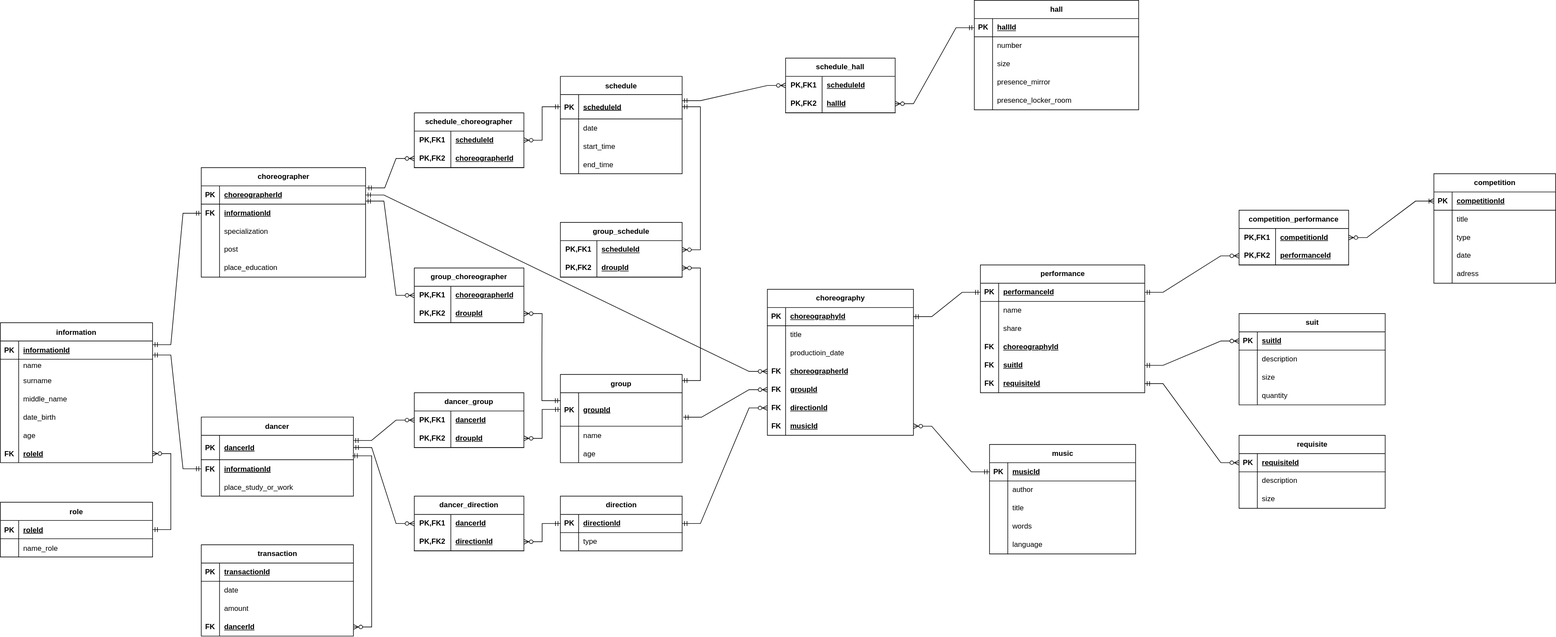
Before: table_entities.svg, a diagram exported from draw.io (IniNikko/database-dance_school). Source tidied: cells renumbered, new cells last; positions are measured from the earlier drawing's top-left corner, leaving out a move shared by most shapes.
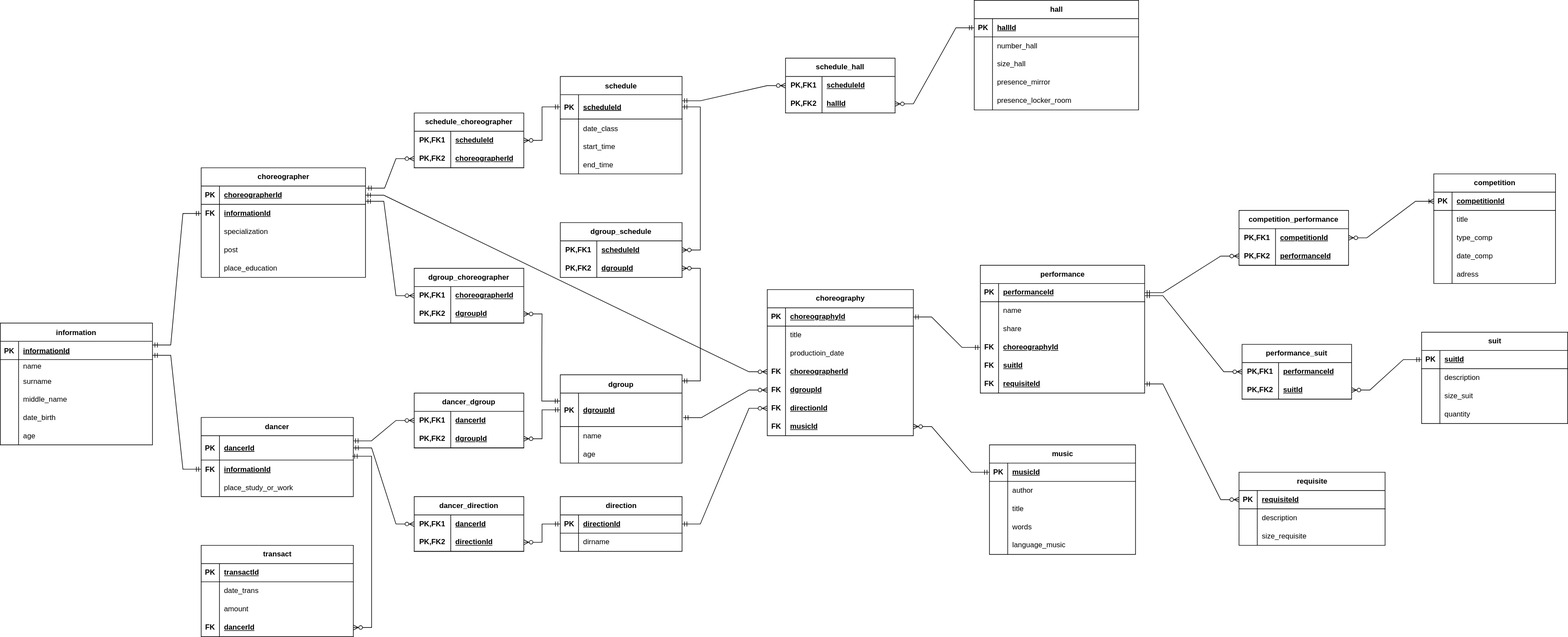
Later version of the same file.

Diff of the diagram source:
```diff
@@ -4,3 +4,3 @@
     <mxCell id="1" parent="0" />
-    <mxCell id="2" value="group" style="shape=table;startSize=30;rowLines=0;fontStyle=1;align=center;" parent="1" vertex="1">
+    <mxCell id="2" value="dgroup" style="shape=table;startSize=30;rowLines=0;fontStyle=1;align=center;" parent="1" vertex="1">
       <mxGeometry x="920" y="615" width="200" height="145" as="geometry" />
@@ -13,3 +13,3 @@
     </mxCell>
-    <mxCell id="5" value="groupId" style="shape=partialRectangle;overflow=hidden;fillColor=none;top=0;left=0;bottom=0;right=0;align=left;spacingLeft=6;fontStyle=5;" parent="3" vertex="1">
+    <mxCell id="5" value="dgroupId" style="shape=partialRectangle;overflow=hidden;fillColor=none;top=0;left=0;bottom=0;right=0;align=left;spacingLeft=6;fontStyle=5;" parent="3" vertex="1">
       <mxGeometry x="30" width="170" height="55" as="geometry" />
@@ -52,3 +52,3 @@
     </mxCell>
-    <mxCell id="18" value="date" style="shape=partialRectangle;overflow=hidden;fillColor=none;top=0;left=0;bottom=0;right=0;align=left;spacingLeft=6;" parent="16" vertex="1">
+    <mxCell id="18" value="date_class" style="shape=partialRectangle;overflow=hidden;fillColor=none;top=0;left=0;bottom=0;right=0;align=left;spacingLeft=6;" parent="16" vertex="1">
       <mxGeometry x="30" width="170" height="30" as="geometry" />
@@ -74,3 +74,3 @@
     <mxCell id="25" value="information" style="shape=table;startSize=30;rowLines=0;fontStyle=1;align=center;" parent="1" vertex="1">
-      <mxGeometry y="530" width="250" height="230" as="geometry" />
+      <mxGeometry y="530" width="250" height="200" as="geometry" />
     </mxCell>
@@ -130,11 +130,2 @@
     </mxCell>
-    <mxCell id="44" style="shape=partialRectangle;fillColor=none;points=[[0,0.5],[1,0.5]];portConstraint=eastwest;top=0;left=0;right=0;bottom=0;" parent="25" vertex="1">
-      <mxGeometry y="200" width="250" height="30" as="geometry" />
-    </mxCell>
-    <mxCell id="45" value="FK" style="shape=partialRectangle;overflow=hidden;fillColor=none;top=0;left=0;bottom=0;right=0;fontStyle=1;" parent="44" vertex="1">
-      <mxGeometry width="30" height="30" as="geometry" />
-    </mxCell>
-    <mxCell id="46" value="roleId" style="shape=partialRectangle;overflow=hidden;fillColor=none;top=0;left=0;bottom=0;right=0;align=left;spacingLeft=6;fontStyle=5;" parent="44" vertex="1">
-      <mxGeometry x="30" width="220" height="30" as="geometry" />
-    </mxCell>
     <mxCell id="47" value="direction" style="shape=table;startSize=30;rowLines=0;fontStyle=1;align=center;html=1;" parent="1" vertex="1">
@@ -157,3 +148,3 @@
     </mxCell>
-    <mxCell id="53" value="type" style="shape=partialRectangle;fillColor=none;top=0;left=0;bottom=0;right=0;align=left;spacingLeft=6;overflow=hidden;whiteSpace=wrap;html=1;" parent="51" vertex="1">
+    <mxCell id="53" value="dirname" style="shape=partialRectangle;fillColor=none;top=0;left=0;bottom=0;right=0;align=left;spacingLeft=6;overflow=hidden;whiteSpace=wrap;html=1;" parent="51" vertex="1">
       <mxGeometry x="30" width="170" height="30" as="geometry" />
@@ -178,3 +169,3 @@
     </mxCell>
-    <mxCell id="60" value="number" style="shape=partialRectangle;fillColor=none;top=0;left=0;bottom=0;right=0;align=left;spacingLeft=6;overflow=hidden;whiteSpace=wrap;html=1;" parent="58" vertex="1">
+    <mxCell id="60" value="number_hall" style="shape=partialRectangle;fillColor=none;top=0;left=0;bottom=0;right=0;align=left;spacingLeft=6;overflow=hidden;whiteSpace=wrap;html=1;" parent="58" vertex="1">
       <mxGeometry x="30" width="240" height="30" as="geometry" />
@@ -187,3 +178,3 @@
     </mxCell>
-    <mxCell id="63" value="size" style="shape=partialRectangle;fillColor=none;top=0;left=0;bottom=0;right=0;align=left;spacingLeft=6;overflow=hidden;whiteSpace=wrap;html=1;" parent="61" vertex="1">
+    <mxCell id="63" value="size_hall" style="shape=partialRectangle;fillColor=none;top=0;left=0;bottom=0;right=0;align=left;spacingLeft=6;overflow=hidden;whiteSpace=wrap;html=1;" parent="61" vertex="1">
       <mxGeometry x="30" width="240" height="30" as="geometry" />
@@ -283,3 +274,3 @@
     </mxCell>
-    <mxCell id="95" value="type" style="shape=partialRectangle;fillColor=none;top=0;left=0;bottom=0;right=0;align=left;spacingLeft=6;overflow=hidden;whiteSpace=wrap;html=1;" parent="93" vertex="1">
+    <mxCell id="95" value="type_comp" style="shape=partialRectangle;fillColor=none;top=0;left=0;bottom=0;right=0;align=left;spacingLeft=6;overflow=hidden;whiteSpace=wrap;html=1;" parent="93" vertex="1">
       <mxGeometry x="30" width="170" height="30" as="geometry" />
@@ -292,3 +283,3 @@
     </mxCell>
-    <mxCell id="98" value="date" style="shape=partialRectangle;fillColor=none;top=0;left=0;bottom=0;right=0;align=left;spacingLeft=6;overflow=hidden;whiteSpace=wrap;html=1;" parent="96" vertex="1">
+    <mxCell id="98" value="date_comp" style="shape=partialRectangle;fillColor=none;top=0;left=0;bottom=0;right=0;align=left;spacingLeft=6;overflow=hidden;whiteSpace=wrap;html=1;" parent="96" vertex="1">
       <mxGeometry x="30" width="170" height="30" as="geometry" />
@@ -406,3 +397,3 @@
     </mxCell>
-    <mxCell id="136" value="&lt;u&gt;&lt;b&gt;groupId&lt;/b&gt;&lt;/u&gt;" style="shape=partialRectangle;fillColor=none;top=0;left=0;bottom=0;right=0;align=left;spacingLeft=6;overflow=hidden;whiteSpace=wrap;html=1;" parent="134" vertex="1">
+    <mxCell id="136" value="&lt;u&gt;&lt;b&gt;dgroupId&lt;/b&gt;&lt;/u&gt;" style="shape=partialRectangle;fillColor=none;top=0;left=0;bottom=0;right=0;align=left;spacingLeft=6;overflow=hidden;whiteSpace=wrap;html=1;" parent="134" vertex="1">
       <mxGeometry x="30" width="210" height="30" as="geometry" />
@@ -472,3 +463,3 @@
     </mxCell>
-    <mxCell id="158" value="language" style="shape=partialRectangle;fillColor=none;top=0;left=0;bottom=0;right=0;align=left;spacingLeft=6;overflow=hidden;whiteSpace=wrap;html=1;" parent="156" vertex="1">
+    <mxCell id="158" value="language_music" style="shape=partialRectangle;fillColor=none;top=0;left=0;bottom=0;right=0;align=left;spacingLeft=6;overflow=hidden;whiteSpace=wrap;html=1;" parent="156" vertex="1">
       <mxGeometry x="30" width="210" height="30" as="geometry" />
@@ -476,3 +467,3 @@
     <mxCell id="159" value="suit" style="shape=table;startSize=30;rowLines=0;fontStyle=1;align=center;html=1;" parent="1" vertex="1">
-      <mxGeometry x="2035" y="515" width="240" height="150" as="geometry" />
+      <mxGeometry x="2335" y="545" width="240" height="150" as="geometry" />
     </mxCell>
@@ -502,3 +493,3 @@
     </mxCell>
-    <mxCell id="168" value="size" style="shape=partialRectangle;fillColor=none;top=0;left=0;bottom=0;right=0;align=left;spacingLeft=6;overflow=hidden;whiteSpace=wrap;html=1;" parent="166" vertex="1">
+    <mxCell id="168" value="size_suit" style="shape=partialRectangle;fillColor=none;top=0;left=0;bottom=0;right=0;align=left;spacingLeft=6;overflow=hidden;whiteSpace=wrap;html=1;" parent="166" vertex="1">
       <mxGeometry x="30" width="210" height="30" as="geometry" />
@@ -515,3 +506,3 @@
     <mxCell id="172" value="requisite" style="shape=table;startSize=30;rowLines=0;fontStyle=1;align=center;html=1;" parent="1" vertex="1">
-      <mxGeometry x="2035" y="715" width="240" height="120" as="geometry" />
+      <mxGeometry x="2035" y="775" width="240" height="120" as="geometry" />
     </mxCell>
@@ -541,6 +532,6 @@
     </mxCell>
-    <mxCell id="181" value="size" style="shape=partialRectangle;fillColor=none;top=0;left=0;bottom=0;right=0;align=left;spacingLeft=6;overflow=hidden;whiteSpace=wrap;html=1;" parent="179" vertex="1">
+    <mxCell id="181" value="size_requisite" style="shape=partialRectangle;fillColor=none;top=0;left=0;bottom=0;right=0;align=left;spacingLeft=6;overflow=hidden;whiteSpace=wrap;html=1;" parent="179" vertex="1">
       <mxGeometry x="30" width="210" height="30" as="geometry" />
     </mxCell>
-    <mxCell id="182" value="transaction" style="shape=table;startSize=30;rowLines=0;fontStyle=1;align=center;html=1;" parent="1" vertex="1">
+    <mxCell id="182" value="transact" style="shape=table;startSize=30;rowLines=0;fontStyle=1;align=center;html=1;" parent="1" vertex="1">
       <mxGeometry x="330" y="895" width="250" height="150" as="geometry" />
@@ -553,3 +544,3 @@
     </mxCell>
-    <mxCell id="185" value="transactionId" style="shape=partialRectangle;fillColor=none;top=0;left=0;bottom=0;right=0;align=left;spacingLeft=6;fontStyle=5;overflow=hidden;whiteSpace=wrap;html=1;" parent="183" vertex="1">
+    <mxCell id="185" value="transactId" style="shape=partialRectangle;fillColor=none;top=0;left=0;bottom=0;right=0;align=left;spacingLeft=6;fontStyle=5;overflow=hidden;whiteSpace=wrap;html=1;" parent="183" vertex="1">
       <mxGeometry x="30" width="220" height="30" as="geometry" />
@@ -562,3 +553,3 @@
     </mxCell>
-    <mxCell id="188" value="date" style="shape=partialRectangle;fillColor=none;top=0;left=0;bottom=0;right=0;align=left;spacingLeft=6;overflow=hidden;whiteSpace=wrap;html=1;" parent="186" vertex="1">
+    <mxCell id="188" value="date_trans" style="shape=partialRectangle;fillColor=none;top=0;left=0;bottom=0;right=0;align=left;spacingLeft=6;overflow=hidden;whiteSpace=wrap;html=1;" parent="186" vertex="1">
       <mxGeometry x="30" width="220" height="30" as="geometry" />
@@ -604,5 +595,2 @@
     </mxCell>
-    <mxCell id="199" style="edgeStyle=entityRelationEdgeStyle;fontSize=12;html=1;endArrow=ERzeroToMany;startArrow=ERmandOne;rounded=0;entryX=0;entryY=0.5;entryDx=0;entryDy=0;exitX=1;exitY=0.5;exitDx=0;exitDy=0;" parent="1" edge="1" source="115" target="160">
-      <mxGeometry relative="1" as="geometry" />
-    </mxCell>
     <mxCell id="200" style="edgeStyle=entityRelationEdgeStyle;fontSize=12;html=1;endArrow=ERzeroToMany;startArrow=ERmandOne;rounded=0;entryX=0;entryY=0.5;entryDx=0;entryDy=0;exitX=1;exitY=0.5;exitDx=0;exitDy=0;" parent="1" edge="1" source="118" target="173">
@@ -613,3 +601,3 @@
     </mxCell>
-    <mxCell id="202" value="dancer_group" style="shape=table;startSize=30;rowLines=0;fontStyle=1;align=center;html=1;whiteSpace=wrap;" parent="1" vertex="1">
+    <mxCell id="202" value="dancer_dgroup" style="shape=table;startSize=30;rowLines=0;fontStyle=1;align=center;html=1;whiteSpace=wrap;" parent="1" vertex="1">
       <mxGeometry x="680" y="645" width="180" height="90" as="geometry" />
@@ -631,3 +619,3 @@
     </mxCell>
-    <mxCell id="208" value="droupId" style="shape=partialRectangle;fillColor=none;top=0;left=0;bottom=0;right=0;align=left;spacingLeft=6;fontStyle=5;overflow=hidden;html=1;whiteSpace=wrap;" parent="206" vertex="1">
+    <mxCell id="208" value="dgroupId" style="shape=partialRectangle;fillColor=none;top=0;left=0;bottom=0;right=0;align=left;spacingLeft=6;fontStyle=5;overflow=hidden;html=1;whiteSpace=wrap;" parent="206" vertex="1">
       <mxGeometry x="60" width="120" height="30" as="geometry" />
@@ -694,6 +682,6 @@
     </mxCell>
-    <mxCell id="229" style="edgeStyle=entityRelationEdgeStyle;fontSize=12;html=1;endArrow=ERmandOne;startArrow=ERmandOne;rounded=0;" parent="1" edge="1" source="103" target="122">
+    <mxCell id="229" style="edgeStyle=entityRelationEdgeStyle;fontSize=12;html=1;endArrow=ERmandOne;startArrow=ERmandOne;rounded=0;exitX=0;exitY=0.5;exitDx=0;exitDy=0;" parent="1" edge="1" source="112" target="122">
       <mxGeometry relative="1" as="geometry" />
     </mxCell>
-    <mxCell id="230" value="group_schedule" style="shape=table;startSize=30;rowLines=0;fontStyle=1;align=center;html=1;whiteSpace=wrap;" parent="1" vertex="1">
+    <mxCell id="230" value="dgroup_schedule" style="shape=table;startSize=30;rowLines=0;fontStyle=1;align=center;html=1;whiteSpace=wrap;" parent="1" vertex="1">
       <mxGeometry x="920" y="365" width="200" height="90" as="geometry" />
@@ -715,6 +703,6 @@
     </mxCell>
-    <mxCell id="236" value="droupId" style="shape=partialRectangle;fillColor=none;top=0;left=0;bottom=0;right=0;align=left;spacingLeft=6;fontStyle=5;overflow=hidden;html=1;whiteSpace=wrap;" parent="234" vertex="1">
+    <mxCell id="236" value="dgroupId" style="shape=partialRectangle;fillColor=none;top=0;left=0;bottom=0;right=0;align=left;spacingLeft=6;fontStyle=5;overflow=hidden;html=1;whiteSpace=wrap;" parent="234" vertex="1">
       <mxGeometry x="60" width="140" height="30" as="geometry" />
     </mxCell>
-    <mxCell id="237" value="group_choreographer" style="shape=table;startSize=30;rowLines=0;fontStyle=1;align=center;html=1;whiteSpace=wrap;" parent="1" vertex="1">
+    <mxCell id="237" value="dgroup_choreographer" style="shape=table;startSize=30;rowLines=0;fontStyle=1;align=center;html=1;whiteSpace=wrap;" parent="1" vertex="1">
       <mxGeometry x="680" y="440" width="180" height="90" as="geometry" />
@@ -736,3 +724,3 @@
     </mxCell>
-    <mxCell id="243" value="droupId" style="shape=partialRectangle;fillColor=none;top=0;left=0;bottom=0;right=0;align=left;spacingLeft=6;fontStyle=5;overflow=hidden;html=1;whiteSpace=wrap;" parent="241" vertex="1">
+    <mxCell id="243" value="dgroupId" style="shape=partialRectangle;fillColor=none;top=0;left=0;bottom=0;right=0;align=left;spacingLeft=6;fontStyle=5;overflow=hidden;html=1;whiteSpace=wrap;" parent="241" vertex="1">
       <mxGeometry x="60" width="120" height="30" as="geometry" />
@@ -811,26 +799,2 @@
     </mxCell>
-    <mxCell id="266" value="role" style="shape=table;startSize=30;rowLines=0;fontStyle=1;align=center;" parent="1" vertex="1">
-      <mxGeometry y="825" width="250" height="90" as="geometry" />
-    </mxCell>
-    <mxCell id="267" style="shape=partialRectangle;fillColor=none;points=[[0,0.5],[1,0.5]];portConstraint=eastwest;top=0;left=0;right=0;bottom=1;" parent="266" vertex="1">
-      <mxGeometry y="30" width="250" height="30" as="geometry" />
-    </mxCell>
-    <mxCell id="268" value="PK" style="shape=partialRectangle;overflow=hidden;fillColor=none;top=0;left=0;bottom=0;right=0;fontStyle=1;" parent="267" vertex="1">
-      <mxGeometry width="30" height="30" as="geometry" />
-    </mxCell>
-    <mxCell id="269" value="roleId" style="shape=partialRectangle;overflow=hidden;fillColor=none;top=0;left=0;bottom=0;right=0;align=left;spacingLeft=6;fontStyle=5;" parent="267" vertex="1">
-      <mxGeometry x="30" width="220" height="30" as="geometry" />
-    </mxCell>
-    <mxCell id="270" style="shape=partialRectangle;fillColor=none;top=0;left=0;right=0;bottom=0;" parent="266" vertex="1">
-      <mxGeometry y="60" width="250" height="30" as="geometry" />
-    </mxCell>
-    <mxCell id="271" style="shape=partialRectangle;overflow=hidden;fillColor=none;top=0;left=0;bottom=0;right=0;" parent="270" vertex="1">
-      <mxGeometry width="30" height="30" as="geometry" />
-    </mxCell>
-    <mxCell id="272" value="name_role" style="shape=partialRectangle;overflow=hidden;fillColor=none;top=0;left=0;bottom=0;right=0;align=left;spacingLeft=6;" parent="270" vertex="1">
-      <mxGeometry x="30" width="220" height="30" as="geometry" />
-    </mxCell>
-    <mxCell id="273" style="edgeStyle=entityRelationEdgeStyle;fontSize=12;html=1;endArrow=ERzeroToMany;startArrow=ERmandOne;rounded=0;entryX=1;entryY=0.5;entryDx=0;entryDy=0;" parent="1" edge="1" source="267" target="44">
-      <mxGeometry relative="1" as="geometry" />
-    </mxCell>
     <mxCell id="274" value="dancer" style="shape=table;startSize=30;rowLines=0;fontStyle=1;align=center;" parent="1" vertex="1">
@@ -875,2 +839,31 @@
     </mxCell>
+    <mxCell id="286" value="performance_suit" style="shape=table;startSize=30;rowLines=0;fontStyle=1;align=center;html=1;whiteSpace=wrap;" parent="1" vertex="1">
+      <mxGeometry x="2040" y="565" width="180" height="90" as="geometry" />
+    </mxCell>
+    <mxCell id="287" style="shape=tableRow;horizontal=0;startSize=0;swimlaneHead=0;swimlaneBody=0;fillColor=none;points=[[0,0.5],[1,0.5]];portConstraint=eastwest;top=0;left=0;right=0;bottom=0;html=1;" parent="286" vertex="1">
+      <mxGeometry y="30" width="180" height="30" as="geometry" />
+    </mxCell>
+    <mxCell id="288" value="PK,FK1" style="shape=partialRectangle;fillColor=none;top=0;left=0;bottom=0;right=0;fontStyle=1;overflow=hidden;html=1;whiteSpace=wrap;" parent="287" vertex="1">
+      <mxGeometry width="60" height="30" as="geometry" />
+    </mxCell>
+    <mxCell id="289" value="performanceId" style="shape=partialRectangle;fillColor=none;top=0;left=0;bottom=0;right=0;align=left;spacingLeft=6;fontStyle=5;overflow=hidden;html=1;whiteSpace=wrap;" parent="287" vertex="1">
+      <mxGeometry x="60" width="120" height="30" as="geometry" />
+    </mxCell>
+    <mxCell id="290" style="shape=tableRow;horizontal=0;startSize=0;swimlaneHead=0;swimlaneBody=0;fillColor=none;points=[[0,0.5],[1,0.5]];portConstraint=eastwest;top=0;left=0;right=0;bottom=1;html=1;" parent="286" vertex="1">
+      <mxGeometry y="60" width="180" height="30" as="geometry" />
+    </mxCell>
+    <mxCell id="291" value="PK,FK2" style="shape=partialRectangle;fillColor=none;top=0;left=0;bottom=0;right=0;fontStyle=1;overflow=hidden;html=1;whiteSpace=wrap;" parent="290" vertex="1">
+      <mxGeometry width="60" height="30" as="geometry" />
+    </mxCell>
+    <mxCell id="292" value="suitId" style="shape=partialRectangle;fillColor=none;top=0;left=0;bottom=0;right=0;align=left;spacingLeft=6;fontStyle=5;overflow=hidden;html=1;whiteSpace=wrap;" parent="290" vertex="1">
+      <mxGeometry x="60" width="120" height="30" as="geometry" />
+    </mxCell>
+    <mxCell id="293" style="edgeStyle=entityRelationEdgeStyle;fontSize=12;html=1;endArrow=ERzeroToMany;startArrow=ERmandOne;rounded=0;entryX=0;entryY=0.5;entryDx=0;entryDy=0;" parent="1" edge="1" target="287">
+      <mxGeometry relative="1" as="geometry">
+        <mxPoint x="1880" y="485" as="sourcePoint" />
+      </mxGeometry>
+    </mxCell>
+    <mxCell id="294" style="edgeStyle=entityRelationEdgeStyle;fontSize=12;html=1;endArrow=ERzeroToMany;startArrow=ERmandOne;rounded=0;entryX=1;entryY=0.5;entryDx=0;entryDy=0;exitX=0;exitY=0.5;exitDx=0;exitDy=0;" parent="1" edge="1" source="160" target="290">
+      <mxGeometry relative="1" as="geometry" />
+    </mxCell>
   </root>
```
